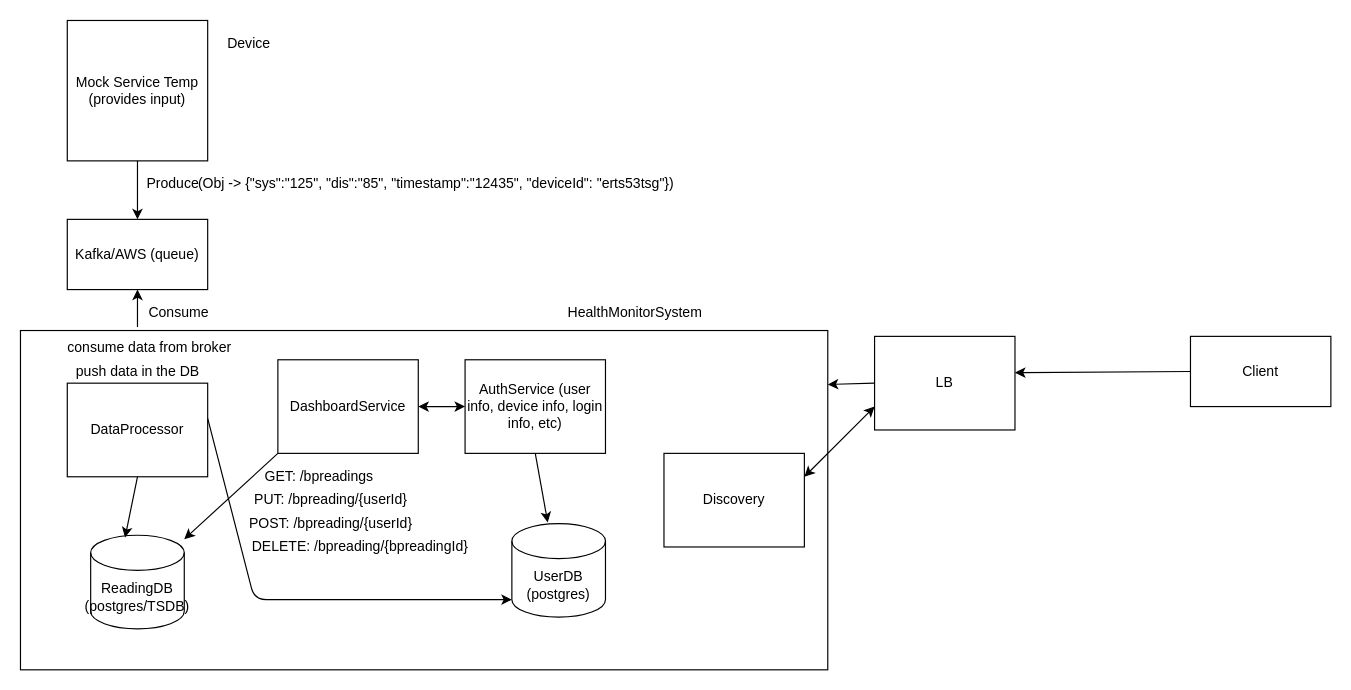
Before: resources/app/Untitled Diagram.drawio in rahulBarahpuria/demo, a draw.io diagram. Source tidied: cells renumbered, new cells numbered last; positions are measured from the earlier drawing's top-left corner, leaving out a move shared by most shapes. Both pictures are drawn from the tidied source at 117%, with x=0, y=0 at pixel (20, 20).
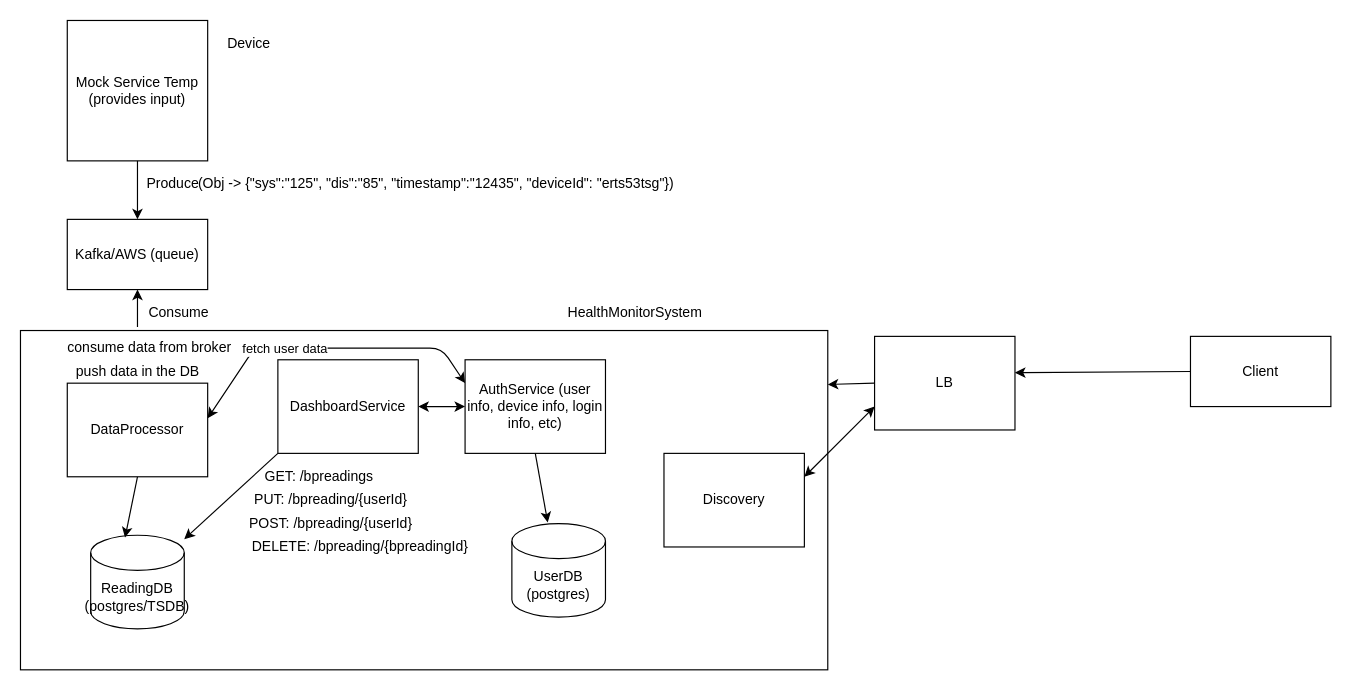
Above is the later version.

Commit message:
Update HealthMonitor-Design

The change refers to these unchanged cells:
```xml
<mxCell id="23" value="AuthService (user info, device info, login info, etc)" style="rounded=0;whiteSpace=wrap;html=1;" parent="1" vertex="1">
  <mxGeometry x="380" y="290" width="120" height="80" as="geometry" />
</mxCell>
<mxCell id="24" value="UserDB (postgres)" style="shape=cylinder3;whiteSpace=wrap;html=1;boundedLbl=1;backgroundOutline=1;size=15;" parent="1" vertex="1">
  <mxGeometry x="420" y="430" width="80" height="80" as="geometry" />
</mxCell>
```

What changed in the source:
```diff
@@
-    <mxCell id="34" style="endArrow=classic;html=1;entryX=0;entryY=1;entryDx=0;entryDy=-15;entryPerimeter=0;" parent="1" edge="1" target="24">
-      <mxGeometry relative="1" as="geometry">
-        <mxPoint x="160" y="340" as="sourcePoint" />
-        <Array as="points">
-          <mxPoint x="200" y="495" />
-        </Array>
-      </mxGeometry>
-    </mxCell>
+    <mxCell id="35" style="endArrow=classic;startArrow=classic;html=1;entryX=0;entryY=0.25;entryDx=0;entryDy=0;" parent="1" edge="1" target="23">
+      <mxGeometry relative="1" as="geometry">
+        <mxPoint x="160" y="340" as="sourcePoint" />
+        <Array as="points">
+          <mxPoint x="200" y="280" />
+          <mxPoint x="360" y="280" />
+        </Array>
+      </mxGeometry>
+    </mxCell>
+    <mxCell id="36" value="fetch user data" style="edgeLabel;html=1;align=center;verticalAlign=middle;" parent="35" vertex="1">
+      <mxGeometry x="-0.27" relative="1" as="geometry" />
+    </mxCell>
```
